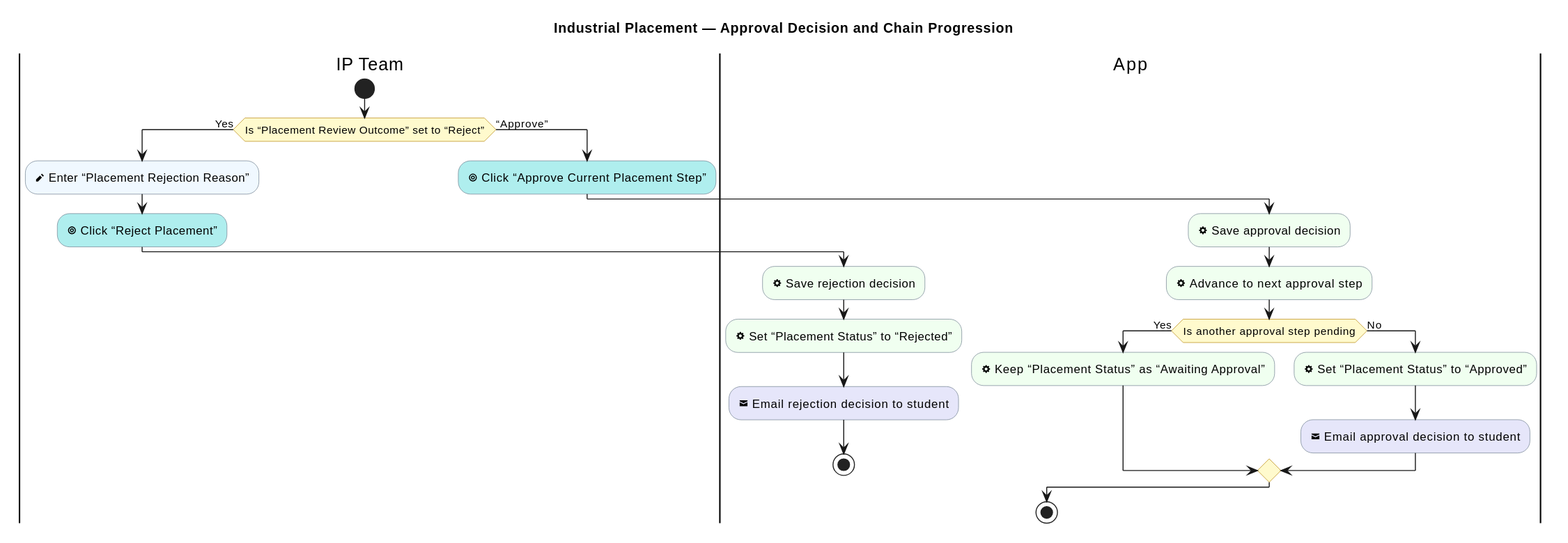
Earlier version of the PlantUML export industrial-placement-group-project/diagrams/industrial-placement/approval-decision-and-chain-progression.svg (sdflkjssl/sdflkjssl.github.io).
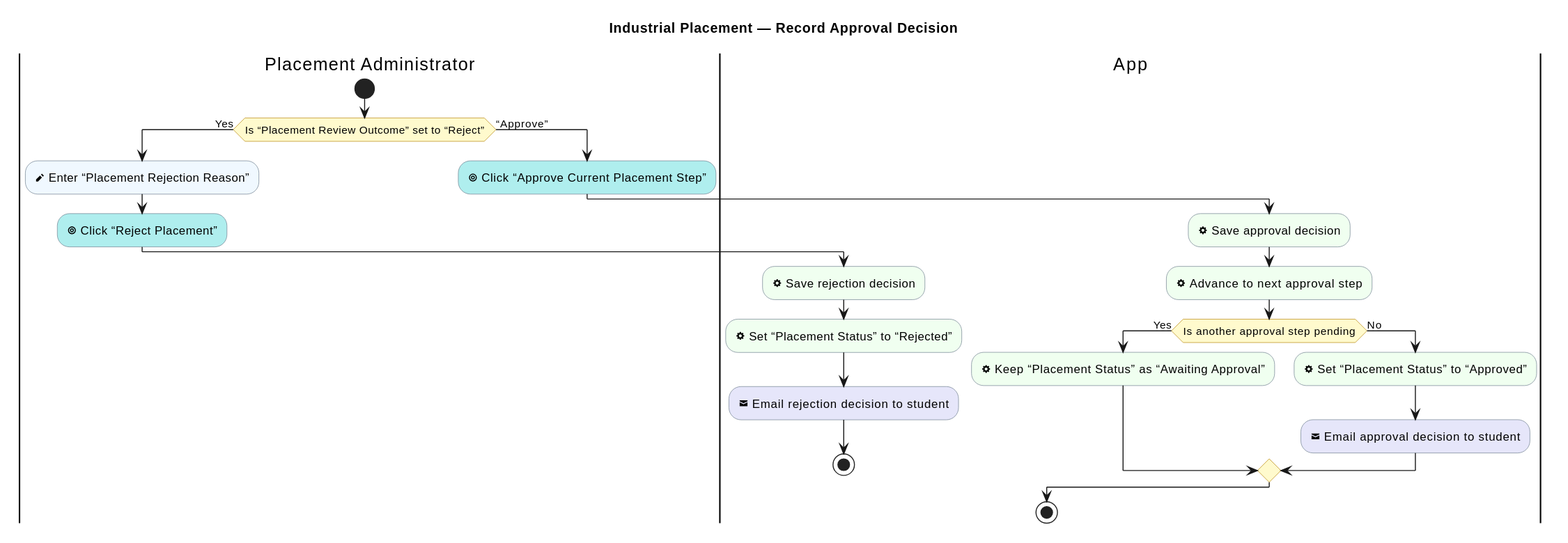
After the change.

Diff of the diagram source:
```diff
@@ -1,16 +1,16 @@
 @startuml
 !pragma layout smetana
-title Industrial Placement — Approval Decision and Chain Progression
+title Industrial Placement — Record Approval Decision
 skinparam shadowing false
 skinparam activityBackgroundColor GhostWhite
 skinparam activityBorderColor SlateGray
 skinparam activityDiamondBackgroundColor LemonChiffon
 skinparam activityDiamondBorderColor DarkGoldenRod
 
-|IP Team|
+|Placement Administrator|
 |App|
 
-|IP Team|
+|Placement Administrator|
 start
 if (Is “Placement Review Outcome” set to “Reject”) then (Yes)
   :<&pencil> Enter “Placement Rejection Reason”; <<#AliceBlue>>
@@ -21,7 +21,7 @@
   :<&envelope-closed> Email rejection decision to student; <<#Lavender>>
   stop
 else (“Approve”)
-  |IP Team|
+  |Placement Administrator|
   :<&target> Click “Approve Current Placement Step”; <<#PaleTurquoise>>
   |App|
   :<&cog> Save approval decision; <<#HoneyDew>>
```
